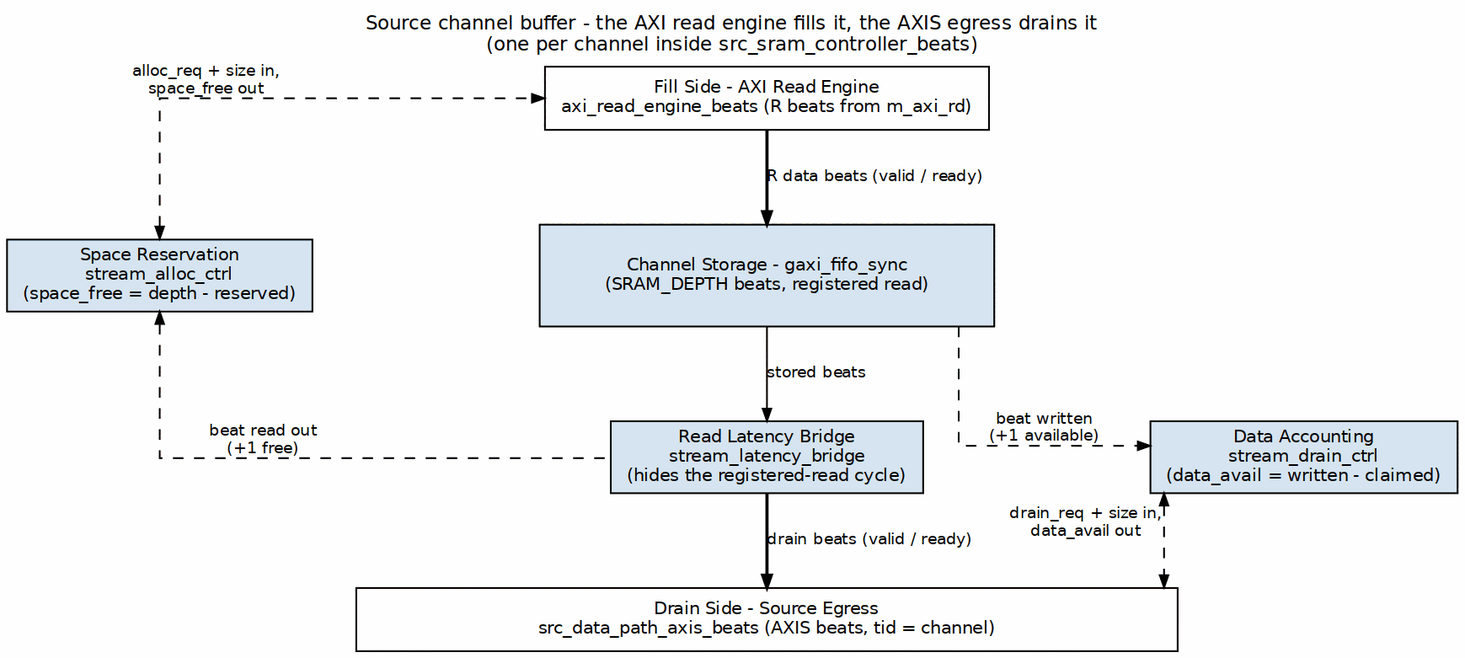
sean-galloway/RTLDesignSherpa keeps this Graphviz diagram as projects/components/dma-ip/rapids/docs/rapids_beats_has/assets/graphviz/ch04_source_buffering.png. Above is the earlier version. Its source is kept beside it as projects/components/dma-ip/rapids/docs/rapids_beats_has/assets/graphviz/ch04_source_buffering.dot.
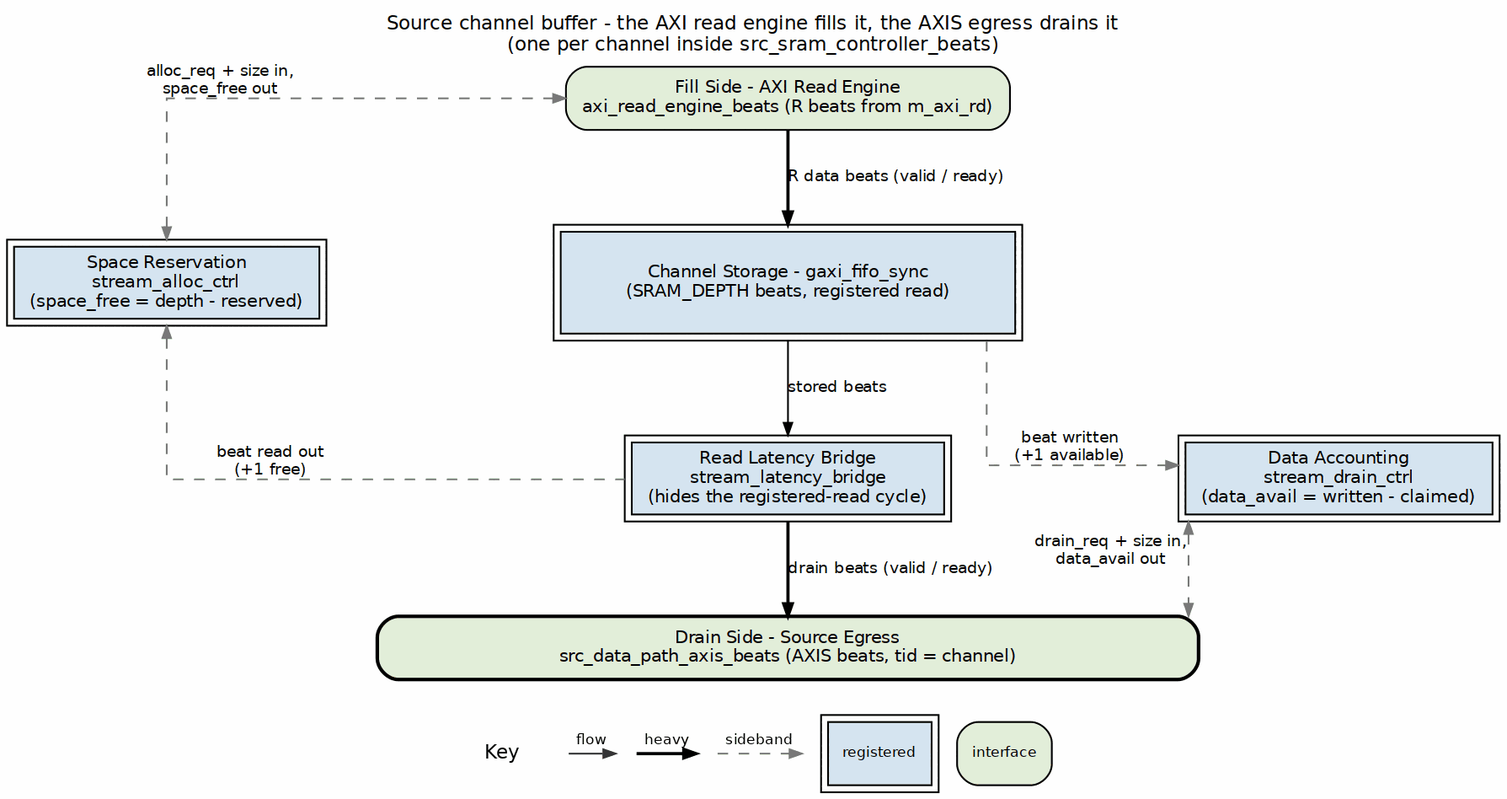
Above is the later version.

Change to the diagram source:
```diff
@@ -3,23 +3,23 @@
            nodesep="0.90", ranksep="0.60", splines=ortho,
            label="Source channel buffer - the AXI read engine fills it, the AXIS egress drains it\n(one per channel inside src_sram_controller_beats)", labelloc=t, labeljust=c];
     node  [fontname="Helvetica", fontsize=10, shape=box, style=filled,
-           fillcolor="#D6E4F0", color="black", margin="0.12,0.06"];
+           fillcolor="white", color="black", margin="0.12,0.06"];
     edge  [fontname="Helvetica", fontsize=9, color="black", arrowsize=0.7];
 
-    wr    [label="Fill Side - AXI Read Engine\naxi_read_engine_beats (R beats from m_axi_rd)", fillcolor="white", group=C];
-    alloc [label="Space Reservation\nstream_alloc_ctrl\n(space_free = depth - reserved)", group=L];
-    fifo  [label="Channel Storage - gaxi_fifo_sync\n(SRAM_DEPTH beats, registered read)", width=3.6, height=0.8, group=C];
-    drain [label="Data Accounting\nstream_drain_ctrl\n(data_avail = written - claimed)", group=R];
-    lb    [label="Read Latency Bridge\nstream_latency_bridge\n(hides the registered-read cycle)", group=C];
-    rd    [label="Drain Side - Source Egress\nsrc_data_path_axis_beats (AXIS beats, tid = channel)", fillcolor="white", width=6.5, group=C];
+    wr    [label="Fill Side - AXI Read Engine\naxi_read_engine_beats (R beats from m_axi_rd)", fillcolor="white", group=C, style="rounded,filled", fillcolor="#E2EFDA"];
+    alloc [label="Space Reservation\nstream_alloc_ctrl\n(space_free = depth - reserved)", group=L, peripheries=2, style="filled", fillcolor="#D6E4F0"];
+    fifo  [label="Channel Storage - gaxi_fifo_sync\n(SRAM_DEPTH beats, registered read)", width=3.6, height=0.8, group=C, peripheries=2, style="filled", fillcolor="#D6E4F0"];
+    drain [label="Data Accounting\nstream_drain_ctrl\n(data_avail = written - claimed)", group=R, peripheries=2, style="filled", fillcolor="#D6E4F0"];
+    lb    [label="Read Latency Bridge\nstream_latency_bridge\n(hides the registered-read cycle)", group=C, peripheries=2, style="filled", fillcolor="#D6E4F0"];
+    rd    [label="Drain Side - Source Egress\nsrc_data_path_axis_beats (AXIS beats, tid = channel)", fillcolor="white", width=6.5, group=C, style="rounded,filled,bold", fillcolor="#E2EFDA"];
 
     wr    -> fifo  [label="R data beats (valid / ready)", penwidth=1.8];
-    alloc -> wr    [dir=both, style=dashed, xlabel="alloc_req + size in,\nspace_free out"];
+    alloc -> wr    [dir=both, style=dashed, color="#777777", xlabel="alloc_req + size in,\nspace_free out"];
     fifo  -> lb    [label="stored beats"];
-    fifo  -> drain [style=dashed, xlabel="beat written\n(+1 available)"];
-    alloc -> lb    [dir=back, style=dashed, xlabel="beat read out\n(+1 free)"];
+    fifo  -> drain [style=dashed, color="#777777", xlabel="beat written\n(+1 available)"];
+    alloc -> lb    [dir=back, style=dashed, color="#777777", xlabel="beat read out\n(+1 free)"];
     lb    -> rd    [label="drain beats (valid / ready)", penwidth=1.8];
-    drain -> rd    [dir=both, style=dashed, xlabel="drain_req + size in,\ndata_avail out"];
+    drain -> rd    [dir=both, style=dashed, color="#777777", xlabel="drain_req + size in,\ndata_avail out"];
 
     { rank=same; alloc; fifo; }
     alloc -> fifo [style=invis];
```
